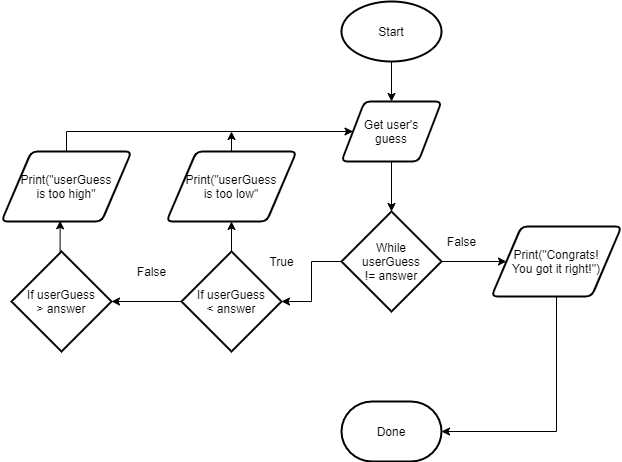
Infinity-deGuzman/ICS2O-Unit5-07-HTML-Guess_My_Number keeps this draw.io diagram as Unit5-07.png. Above is the earlier version. Source tidied: cells renumbered, new cells last; positions are measured from the earlier drawing's top-left corner, leaving out a move shared by most shapes.
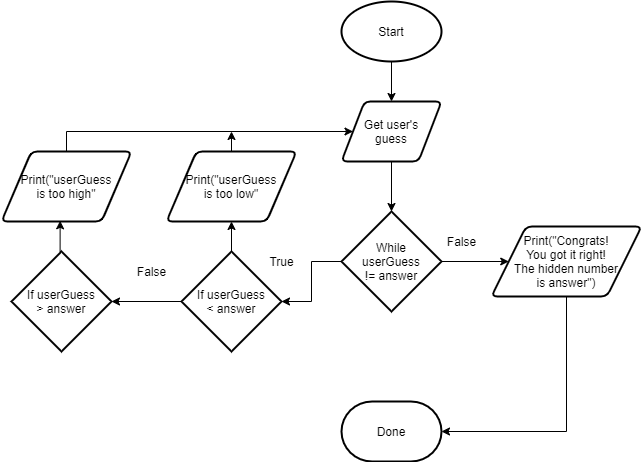
The same file after the commit.

Diff of the diagram source:
```diff
@@ -41,8 +41,8 @@
     <mxCell id="14" style="edgeStyle=orthogonalEdgeStyle;rounded=0;jettySize=auto;html=1;exitX=0.5;exitY=1;exitDx=0;exitDy=0;entryX=1;entryY=0.5;entryDx=0;entryDy=0;entryPerimeter=0;" parent="1" edge="1" source="15" target="23">
       <mxGeometry relative="1" as="geometry" />
     </mxCell>
-    <mxCell id="15" value="Print(&quot;Congrats!&lt;br&gt;You got it right!&quot;)" style="shape=parallelogram;html=1;strokeWidth=2;perimeter=parallelogramPerimeter;whiteSpace=wrap;rounded=1;arcSize=12;size=0.23;" parent="1" vertex="1">
-      <mxGeometry x="490" y="225" width="130" height="70" as="geometry" />
+    <mxCell id="15" value="Print(&quot;Congrats!&lt;br&gt;You got it right!&lt;br&gt;The hidden number&lt;br&gt;is answer&quot;)" style="shape=parallelogram;html=1;strokeWidth=2;perimeter=parallelogramPerimeter;whiteSpace=wrap;rounded=1;arcSize=12;size=0.23;" parent="1" vertex="1">
+      <mxGeometry x="490" y="225" width="150" height="70" as="geometry" />
     </mxCell>
     <mxCell id="16" value="False" style="text;html=1;align=center;verticalAlign=middle;fillColor=none;strokeColor=none;rounded=0;" parent="1" vertex="1">
       <mxGeometry x="440" y="230" width="40" height="20" as="geometry" />
```
